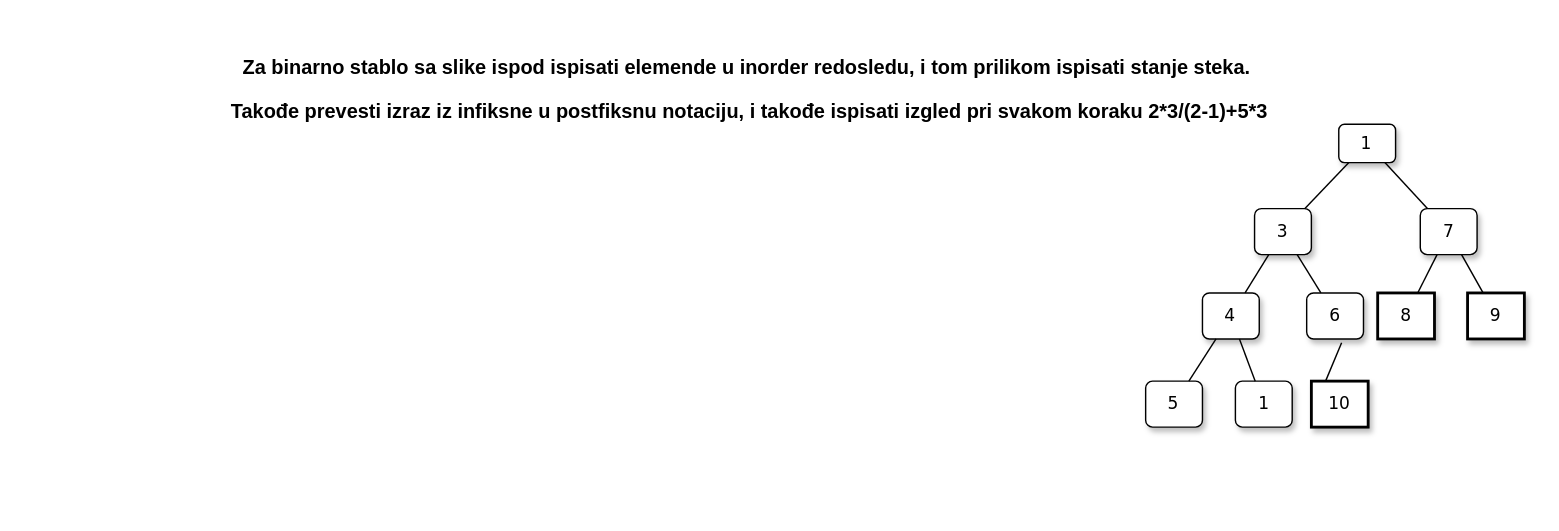
This is Septembar 2023/5.drawio from Erten00/AISP, a draw.io file, before an edit. Source tidied: cells renumbered, new cells numbered last; positions are measured from the earlier drawing's top-left corner, leaving out a move shared by most shapes. Both pictures are drawn from the tidied source at 142%, with x=0, y=0 at pixel (216, 24).
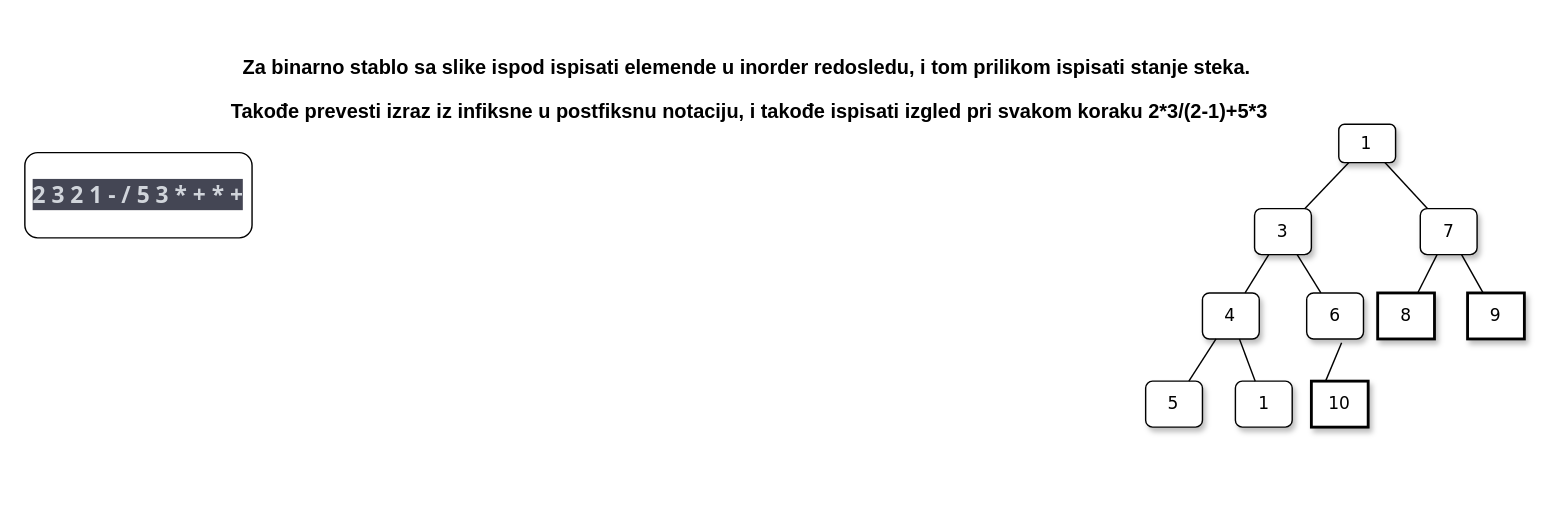
The same diagram, later.

What changed in the source:
```diff
@@
+    <mxCell id="23" value="&lt;span style=&quot;color: rgb(209, 213, 219); font-family: Söhne, ui-sans-serif, system-ui, -apple-system, &amp;quot;Segoe UI&amp;quot;, Roboto, Ubuntu, Cantarell, &amp;quot;Noto Sans&amp;quot;, sans-serif, &amp;quot;Helvetica Neue&amp;quot;, Arial, &amp;quot;Apple Color Emoji&amp;quot;, &amp;quot;Segoe UI Emoji&amp;quot;, &amp;quot;Segoe UI Symbol&amp;quot;, &amp;quot;Noto Color Emoji&amp;quot;; font-size: 16px; text-align: start; background-color: rgb(68, 70, 84);&quot;&gt;&lt;b&gt;2 3 2 1 - / 5 3 * + * +&lt;/b&gt;&lt;/span&gt;" style="rounded=1;whiteSpace=wrap;html=1;" parent="1" vertex="1">
+      <mxGeometry x="-135" y="90" width="160" height="60" as="geometry" />
+    </mxCell>
```
